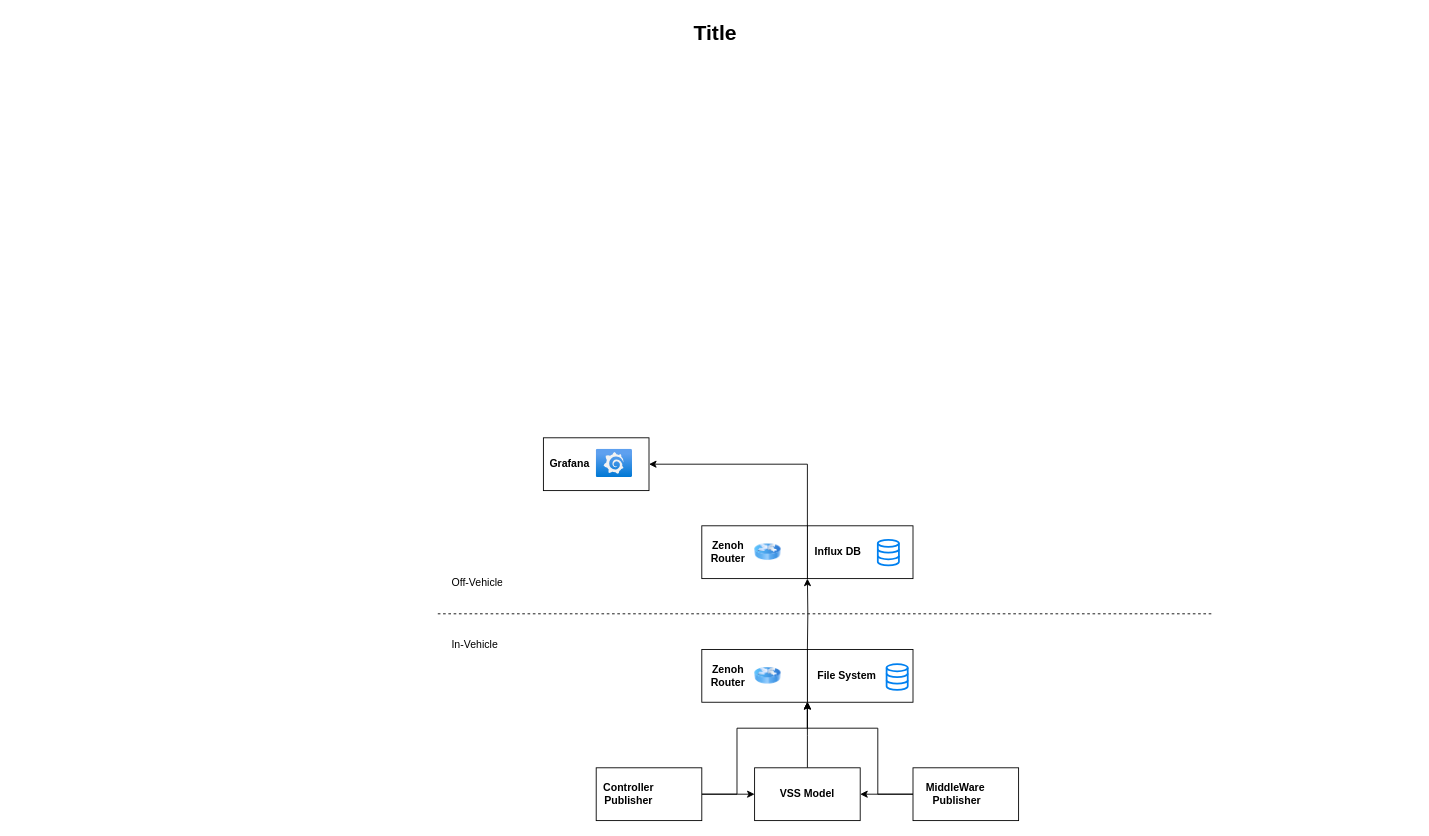
SEAME-pt/Team02-Course keeps this draw.io diagram as docs/diagrams/Untitled Diagram.drawio. Above is the earlier version. Source tidied: cells renumbered, new cells numbered last; positions are measured from the earlier drawing's top-left corner, leaving out a move shared by most shapes. Both pictures are drawn from the tidied source at 88%, with x=0, y=0 at pixel (15, 15).
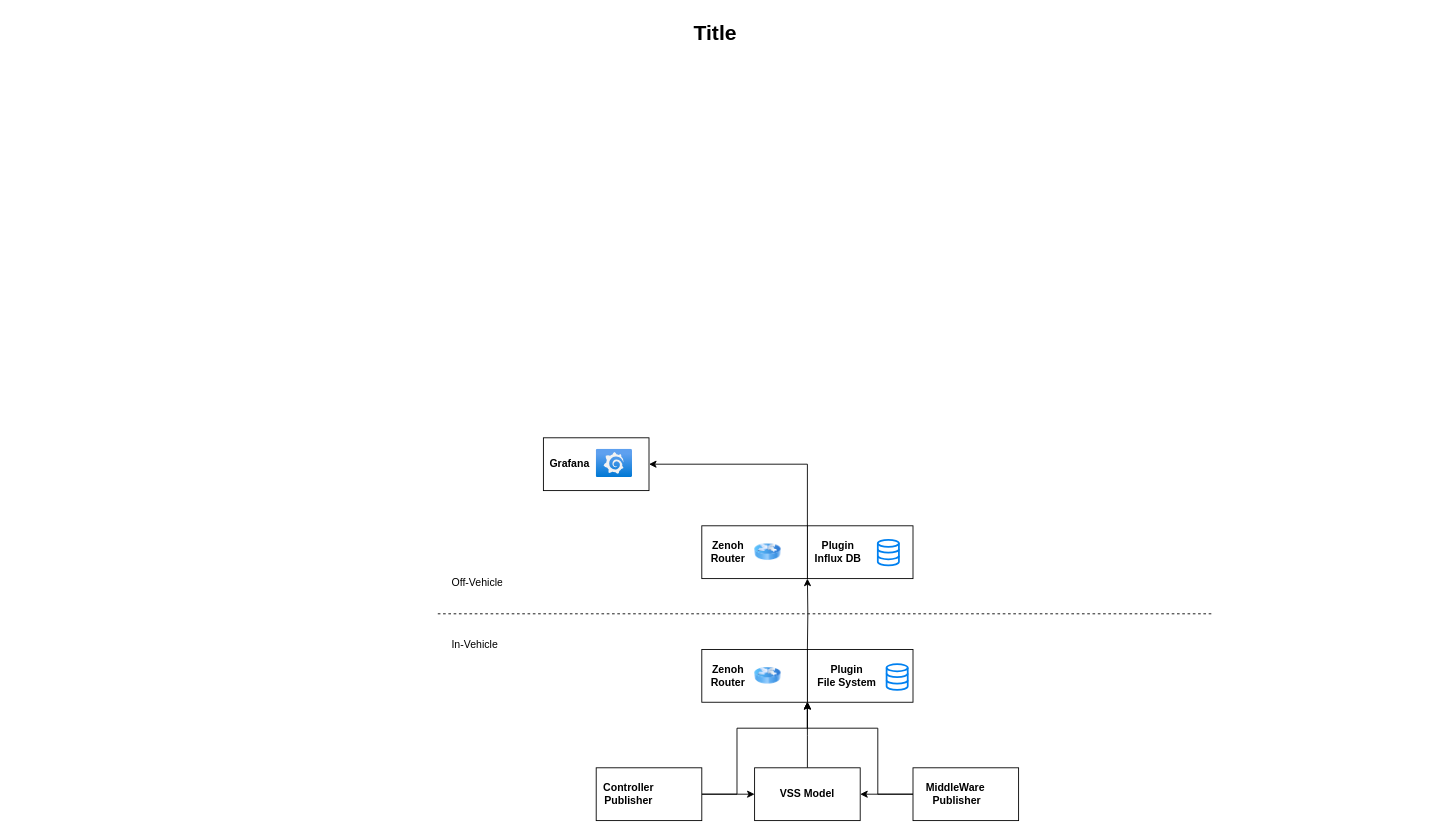
After the change.

Unchanged cells that the change refers to:
```xml
<mxCell id="28" style="group;" parent="23" vertex="1">
  <mxGeometry x="120" width="120" height="60" as="geometry" />
</mxCell>
<mxCell id="37" style="group;" parent="32" vertex="1">
  <mxGeometry x="120" width="120" height="60" as="geometry" />
</mxCell>
```

Change to the diagram source:
```diff
@@
-    <mxCell id="30" value="&lt;b&gt;Influx DB&lt;/b&gt;" style="text;html=1;align=center;verticalAlign=middle;whiteSpace=wrap;rounded=0;" parent="28" vertex="1">
+    <mxCell id="30" value="&lt;b&gt;Plugin&lt;br&gt;Influx DB&lt;/b&gt;" style="text;html=1;align=center;verticalAlign=middle;whiteSpace=wrap;rounded=0;" parent="28" vertex="1">
       <mxGeometry y="15" width="70" height="30" as="geometry" />
     </mxCell>
@@
-    <mxCell id="39" value="&lt;b&gt;File System&lt;/b&gt;" style="text;html=1;align=center;verticalAlign=middle;whiteSpace=wrap;rounded=0;" parent="37" vertex="1">
+    <mxCell id="39" value="&lt;b&gt;Plugin&lt;/b&gt;&lt;div&gt;&lt;b&gt;File System&lt;/b&gt;&lt;/div&gt;" style="text;html=1;align=center;verticalAlign=middle;whiteSpace=wrap;rounded=0;" parent="37" vertex="1">
       <mxGeometry x="10" y="15.9" width="70" height="30" as="geometry" />
     </mxCell>
```
